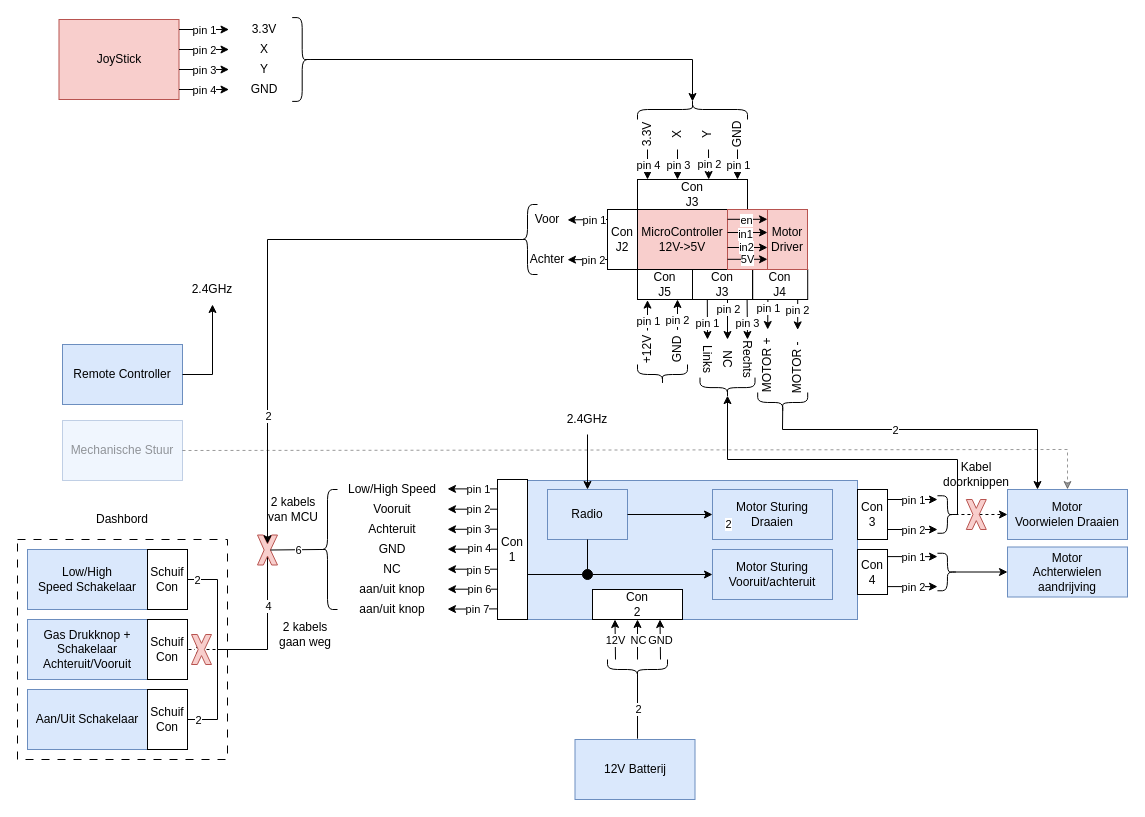
vives-project-xp/GoBabyGo2.0 keeps this draw.io diagram as page "Blokdiagram nieuw architectuur met connectoren" (8 of 8) of ArchitectuurDocumenten/Architectuur.drawio. Above is the earlier version. Source tidied: cells renumbered, new cells numbered last; positions are measured from the earlier drawing's top-left corner, leaving out a move shared by most shapes. Both pictures are drawn from the tidied source at 100%, with x=0, y=0 at pixel (17, 19).
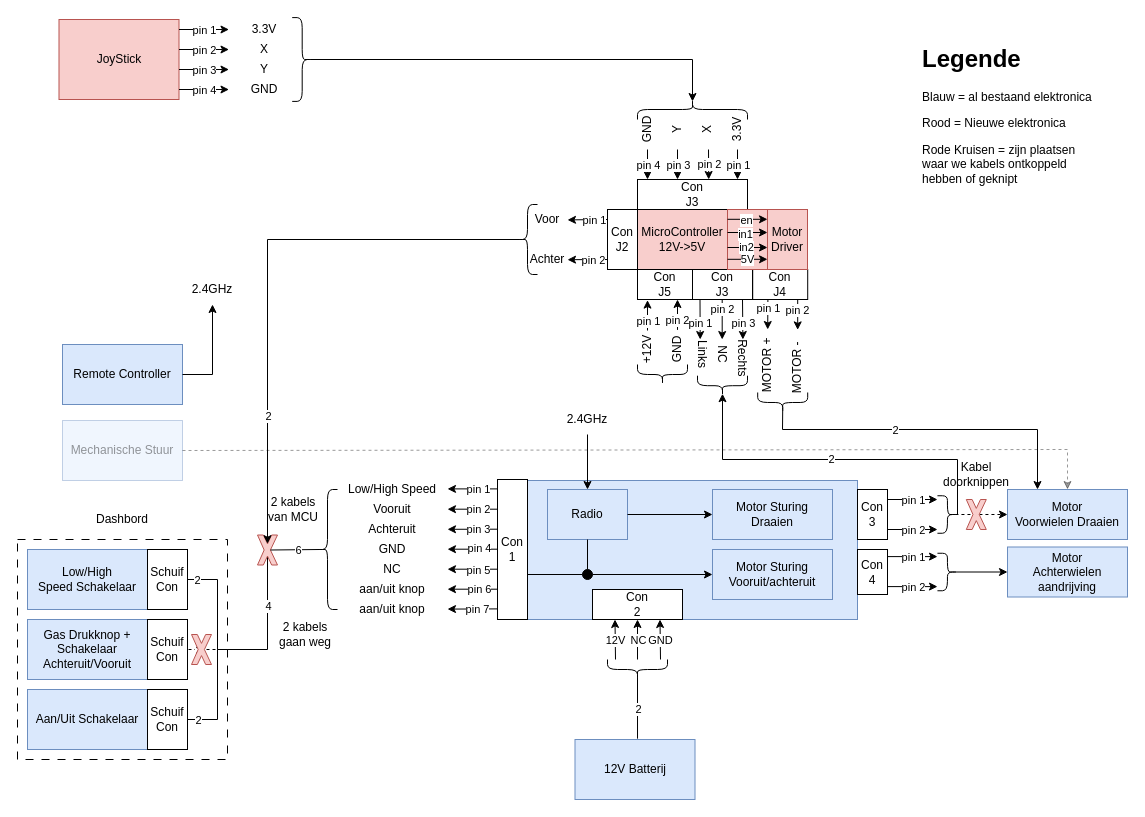
The same page after the edit.

What changed in the source:
```diff
@@
     <mxCell id="133" style="endArrow=classic;html=1;rounded=0;startArrow=none;startFill=0;endFill=1;" parent="1" edge="1">
       <mxGeometry relative="1" as="geometry">
-        <mxPoint x="729.6" y="280" as="sourcePoint" />
-        <mxPoint x="730" y="320" as="targetPoint" />
+        <mxPoint x="725" y="280" as="sourcePoint" />
+        <mxPoint x="725.4" y="320" as="targetPoint" />
       </mxGeometry>
     </mxCell>
@@
     <mxCell id="135" value="3.3V" style="text;html=1;strokeColor=none;fillColor=none;align=center;verticalAlign=middle;whiteSpace=wrap;rounded=0;rotation=-90;" parent="1" vertex="1">
-      <mxGeometry x="615" y="105" width="30" height="20" as="geometry" />
+      <mxGeometry x="705" y="100" width="30" height="20" as="geometry" />
     </mxCell>
     <mxCell id="136" value="X" style="text;html=1;strokeColor=none;fillColor=none;align=center;verticalAlign=middle;whiteSpace=wrap;rounded=0;rotation=-90;" parent="1" vertex="1">
-      <mxGeometry x="645" y="105" width="30" height="20" as="geometry" />
+      <mxGeometry x="675" y="100" width="30" height="20" as="geometry" />
     </mxCell>
     <mxCell id="137" value="Y" style="text;html=1;strokeColor=none;fillColor=none;align=center;verticalAlign=middle;whiteSpace=wrap;rounded=0;rotation=-90;" parent="1" vertex="1">
-      <mxGeometry x="675" y="105" width="30" height="20" as="geometry" />
+      <mxGeometry x="645" y="100" width="30" height="20" as="geometry" />
     </mxCell>
     <mxCell id="138" value="GND" style="text;html=1;strokeColor=none;fillColor=none;align=center;verticalAlign=middle;whiteSpace=wrap;rounded=0;rotation=-90;" parent="1" vertex="1">
-      <mxGeometry x="705" y="105" width="30" height="20" as="geometry" />
+      <mxGeometry x="615" y="100" width="30" height="20" as="geometry" />
     </mxCell>
@@
     <mxCell id="140" style="endArrow=classic;html=1;rounded=0;endFill=1;startArrow=none;startFill=0;" parent="1" edge="1">
       <mxGeometry relative="1" as="geometry">
-        <mxPoint x="689.8" y="280" as="sourcePoint" />
-        <mxPoint x="690" y="320" as="targetPoint" />
+        <mxPoint x="682.5" y="280" as="sourcePoint" />
+        <mxPoint x="682.7" y="320" as="targetPoint" />
       </mxGeometry>
     </mxCell>
@@
     <mxCell id="142" style="endArrow=classic;html=1;rounded=0;startArrow=none;startFill=0;endFill=1;" parent="1" edge="1">
       <mxGeometry relative="1" as="geometry">
-        <mxPoint x="710" y="280" as="sourcePoint" />
-        <mxPoint x="710" y="320" as="targetPoint" />
+        <mxPoint x="704.7" y="280" as="sourcePoint" />
+        <mxPoint x="704.7" y="320" as="targetPoint" />
       </mxGeometry>
     </mxCell>
@@
     <mxCell id="151" value="Links" style="text;html=1;strokeColor=none;fillColor=none;align=center;verticalAlign=middle;whiteSpace=wrap;rounded=0;rotation=90;" parent="1" vertex="1">
-      <mxGeometry x="675" y="330" width="30" height="20" as="geometry" />
+      <mxGeometry x="670" y="325" width="30" height="20" as="geometry" />
     </mxCell>
     <mxCell id="152" value="NC" style="text;html=1;strokeColor=none;fillColor=none;align=center;verticalAlign=middle;whiteSpace=wrap;rounded=0;rotation=90;" parent="1" vertex="1">
-      <mxGeometry x="695" y="330" width="30" height="20" as="geometry" />
+      <mxGeometry x="690" y="325" width="30" height="20" as="geometry" />
     </mxCell>
     <mxCell id="153" value="Rechts" style="text;html=1;strokeColor=none;fillColor=none;align=center;verticalAlign=middle;whiteSpace=wrap;rounded=0;rotation=90;" parent="1" vertex="1">
-      <mxGeometry x="715" y="330" width="30" height="20" as="geometry" />
+      <mxGeometry x="710.2" y="329" width="30" height="20" as="geometry" />
     </mxCell>
     <mxCell id="154" style="shape=curlyBracket;whiteSpace=wrap;html=1;rounded=1;labelPosition=left;verticalLabelPosition=middle;align=right;verticalAlign=middle;direction=north;rotation=0;size=0.5;" parent="1" vertex="1">
-      <mxGeometry x="682.5" y="358.1" width="55" height="20" as="geometry" />
+      <mxGeometry x="680" y="356.2" width="50" height="20" as="geometry" />
     </mxCell>
     <mxCell id="155" style="endArrow=classic;html=1;rounded=0;entryX=0.1;entryY=0.5;entryDx=0;entryDy=0;entryPerimeter=0;" parent="1" edge="1" target="154">
       <mxGeometry relative="1" as="geometry">
         <mxPoint x="940" y="495" as="sourcePoint" />
         <Array as="points">
           <mxPoint x="940" y="440" />
-          <mxPoint x="710" y="440" />
+          <mxPoint x="705" y="440" />
         </Array>
       </mxGeometry>
     </mxCell>
     <mxCell id="156" value="2" style="edgeLabel;html=1;align=center;verticalAlign=middle;" parent="155" vertex="1">
       <mxGeometry x="0.77" y="-2" relative="1" as="geometry">
-        <mxPoint x="-2" y="88" as="offset" />
+        <mxPoint x="106" y="24" as="offset" />
       </mxGeometry>
     </mxCell>
@@
+    <mxCell id="173" value="&lt;h1&gt;Legende&lt;/h1&gt;&lt;p&gt;Blauw = al bestaand elektronica&amp;nbsp;&lt;/p&gt;&lt;p&gt;Rood = Nieuwe elektronica&lt;/p&gt;&lt;p&gt;Rode Kruisen = zijn plaatsen waar we kabels ontkoppeld hebben of geknipt&lt;/p&gt;" style="text;html=1;strokeColor=none;fillColor=none;spacing=5;spacingTop=-20;whiteSpace=wrap;overflow=hidden;rounded=0;" parent="1" vertex="1">
+      <mxGeometry x="900" y="20" width="190" height="160" as="geometry" />
+    </mxCell>
```
